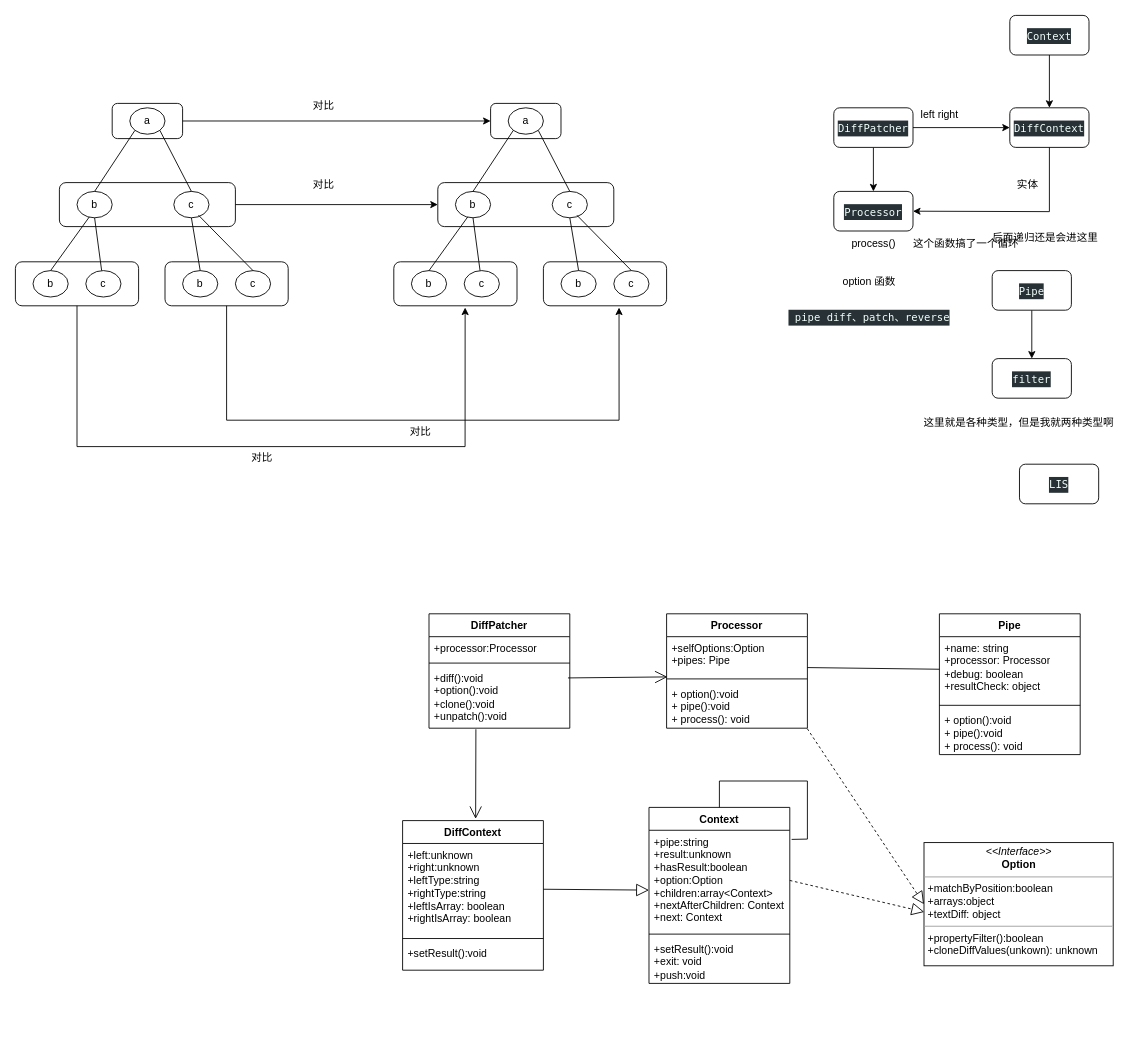
Before: 协同编辑.drawio in yuxinyu12345/diagrams, a draw.io diagram. Source tidied: cells renumbered, new cells numbered last; positions are measured from the earlier drawing's top-left corner, leaving out a move shared by most shapes. Both pictures are drawn from the tidied source at 88%, with x=0, y=0 at pixel (15, 15).
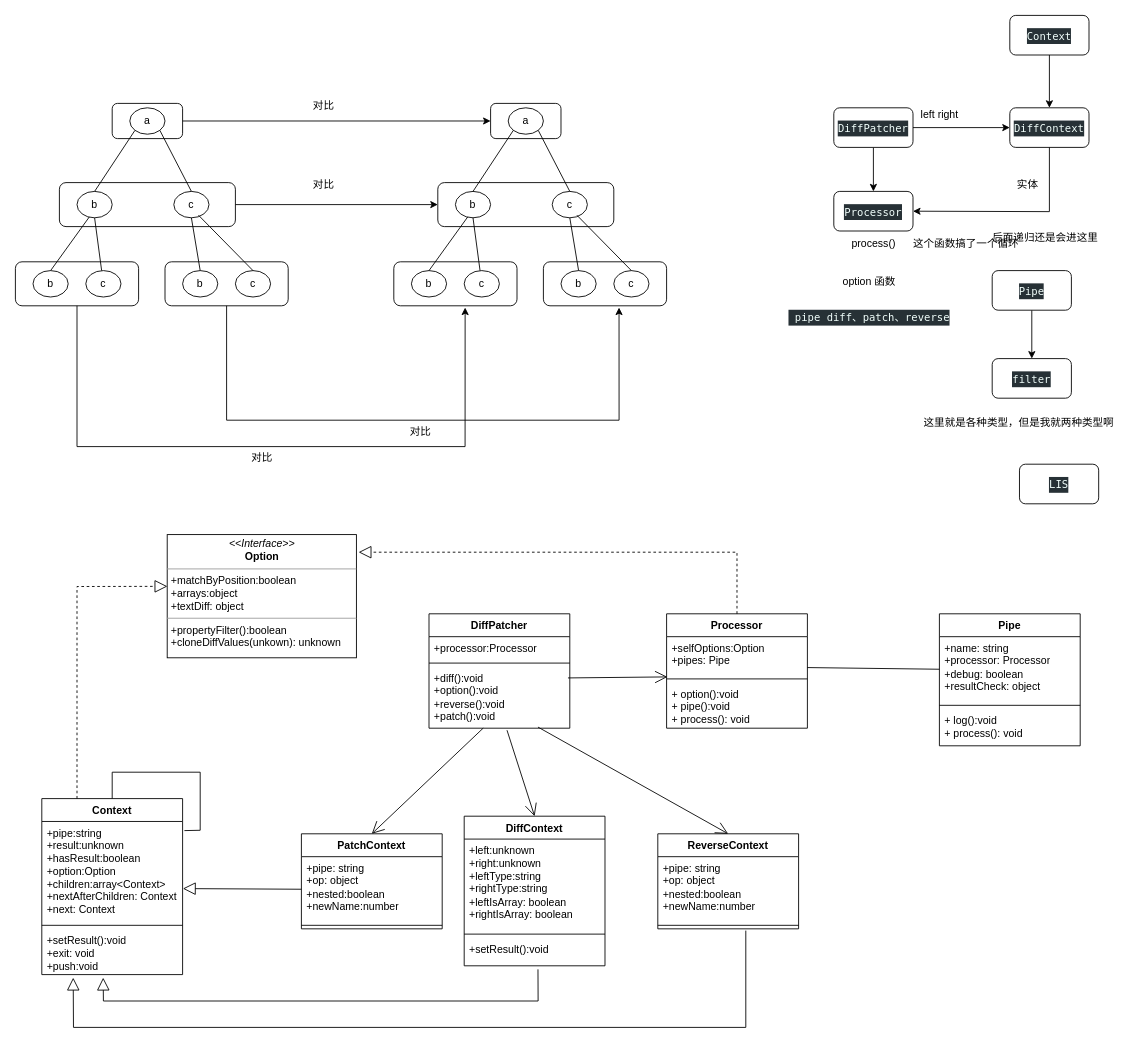
Above is the later version.

Commit message:
更新协同编辑.drawio

The change refers to these unchanged cells:
```xml
<mxCell id="64" value="DiffPatcher" style="swimlane;fontStyle=1;align=center;verticalAlign=top;horizontal=1;startSize=26;whiteSpace=wrap;html=1;" parent="1" vertex="1">
  <mxGeometry x="470" y="680" width="160" height="130" as="geometry" />
</mxCell>
<mxCell id="68" value="Processor" style="swimlane;fontStyle=1;align=center;verticalAlign=top;horizontal=1;startSize=26;whiteSpace=wrap;html=1;" parent="1" vertex="1">
  <mxGeometry x="740" y="680" width="160" height="130" as="geometry" />
</mxCell>
<mxCell id="71" value="+ option():void&lt;br&gt;+ pipe&lt;span style=&quot;background-color: initial;&quot;&gt;():void&lt;/span&gt;&lt;br&gt;+ process&lt;span style=&quot;background-color: initial;&quot;&gt;(): void&lt;/span&gt;" style="text;strokeColor=none;fillColor=none;align=left;verticalAlign=top;spacingLeft=4;spacingRight=4;overflow=hidden;points=[[0,0.5],[1,0.5]];portConstraint=eastwest;whiteSpace=wrap;html=1;" parent="68" vertex="1">
  <mxGeometry y="78" width="160" height="52" as="geometry" />
</mxCell>
<mxCell id="73" value="+left:unknown&lt;br&gt;+right&lt;span style=&quot;background-color: initial;&quot;&gt;:unknown&lt;/span&gt;&lt;br&gt;+leftType&lt;span style=&quot;background-color: initial;&quot;&gt;:string&lt;/span&gt;&lt;br&gt;+rightType:string&lt;br&gt;+leftIsArray: boolean&lt;br&gt;&lt;span style=&quot;border-color: var(--border-color); background-color: initial;&quot;&gt;+rightIsArray: boolean&lt;/span&gt;&lt;span style=&quot;background-color: initial;&quot;&gt;&lt;br&gt;&lt;/span&gt;" style="text;strokeColor=none;fillColor=none;align=left;verticalAlign=top;spacingLeft=4;spacingRight=4;overflow=hidden;points=[[0,0.5],[1,0.5]];portConstraint=eastwest;whiteSpace=wrap;html=1;" parent="72" vertex="1">
  <mxGeometry y="26" width="160" height="104" as="geometry" />
</mxCell>
<mxCell id="75" value="+setResult&lt;span style=&quot;background-color: initial;&quot;&gt;():void&lt;/span&gt;&lt;br&gt;" style="text;strokeColor=none;fillColor=none;align=left;verticalAlign=top;spacingLeft=4;spacingRight=4;overflow=hidden;points=[[0,0.5],[1,0.5]];portConstraint=eastwest;whiteSpace=wrap;html=1;" parent="72" vertex="1">
  <mxGeometry y="138" width="160" height="32" as="geometry" />
</mxCell>
<mxCell id="77" value="+pipe&lt;span style=&quot;background-color: initial;&quot;&gt;:string&lt;/span&gt;&lt;br&gt;+result&lt;span style=&quot;background-color: initial;&quot;&gt;:unknown&lt;/span&gt;&lt;br&gt;+hasResult:boolean&lt;br&gt;+option:Option&lt;br&gt;+children&lt;span style=&quot;background-color: initial;&quot;&gt;:array&amp;lt;Context&amp;gt;&lt;/span&gt;&lt;br&gt;&lt;span style=&quot;border-color: var(--border-color); background-color: initial;&quot;&gt;+nextAfterChildren: Context&lt;br&gt;&lt;/span&gt;&lt;span style=&quot;background-color: initial;&quot;&gt;+next: Context&lt;br&gt;&lt;/span&gt;" style="text;strokeColor=none;fillColor=none;align=left;verticalAlign=top;spacingLeft=4;spacingRight=4;overflow=hidden;points=[[0,0.5],[1,0.5]];portConstraint=eastwest;whiteSpace=wrap;html=1;" parent="76" vertex="1">
  <mxGeometry y="26" width="160" height="114" as="geometry" />
</mxCell>
<mxCell id="79" value="+setResult&lt;span style=&quot;background-color: initial;&quot;&gt;():void&lt;br&gt;&lt;/span&gt;+exit: void&lt;br&gt;+push:void" style="text;strokeColor=none;fillColor=none;align=left;verticalAlign=top;spacingLeft=4;spacingRight=4;overflow=hidden;points=[[0,0.5],[1,0.5]];portConstraint=eastwest;whiteSpace=wrap;html=1;" parent="76" vertex="1">
  <mxGeometry y="148" width="160" height="52" as="geometry" />
</mxCell>
```

Diff of the diagram source:
```diff
@@
-    <mxCell id="67" value="+diff():void&lt;br&gt;+option():void&lt;br&gt;+clone():void&lt;br&gt;+unpatch():void" style="text;strokeColor=none;fillColor=none;align=left;verticalAlign=top;spacingLeft=4;spacingRight=4;overflow=hidden;points=[[0,0.5],[1,0.5]];portConstraint=eastwest;whiteSpace=wrap;html=1;" parent="64" vertex="1">
+    <mxCell id="67" value="+diff():void&lt;br&gt;+option():void&lt;br&gt;+reverse&lt;span style=&quot;background-color: initial;&quot;&gt;():void&lt;/span&gt;&lt;br&gt;+patch&lt;span style=&quot;background-color: initial;&quot;&gt;():void&lt;/span&gt;" style="text;strokeColor=none;fillColor=none;align=left;verticalAlign=top;spacingLeft=4;spacingRight=4;overflow=hidden;points=[[0,0.5],[1,0.5]];portConstraint=eastwest;whiteSpace=wrap;html=1;" parent="64" vertex="1">
       <mxGeometry y="60" width="160" height="70" as="geometry" />
     </mxCell>
@@
     <mxCell id="72" value="DiffContext" style="swimlane;fontStyle=1;align=center;verticalAlign=top;horizontal=1;startSize=26;whiteSpace=wrap;html=1;" parent="1" vertex="1">
-      <mxGeometry x="440" y="915" width="160" height="170" as="geometry" />
+      <mxGeometry x="510" y="910" width="160" height="170" as="geometry" />
     </mxCell>
@@
     <mxCell id="76" value="Context" style="swimlane;fontStyle=1;align=center;verticalAlign=top;horizontal=1;startSize=26;whiteSpace=wrap;html=1;" parent="1" vertex="1">
-      <mxGeometry x="720" y="900" width="160" height="200" as="geometry" />
+      <mxGeometry x="30" y="890" width="160" height="200" as="geometry" />
     </mxCell>
@@
     <mxCell id="81" value="Pipe" style="swimlane;fontStyle=1;align=center;verticalAlign=top;horizontal=1;startSize=26;whiteSpace=wrap;html=1;" parent="1" vertex="1">
-      <mxGeometry x="1050" y="680" width="160" height="160" as="geometry" />
+      <mxGeometry x="1050" y="680" width="160" height="150" as="geometry" />
     </mxCell>
@@
-    <mxCell id="84" value="+ option():void&lt;br&gt;+ pipe&lt;span style=&quot;background-color: initial;&quot;&gt;():void&lt;/span&gt;&lt;br&gt;+ process&lt;span style=&quot;background-color: initial;&quot;&gt;(): void&lt;/span&gt;" style="text;strokeColor=none;fillColor=none;align=left;verticalAlign=top;spacingLeft=4;spacingRight=4;overflow=hidden;whiteSpace=wrap;html=1;" parent="81" vertex="1">
-      <mxGeometry y="108" width="160" height="52" as="geometry" />
+    <mxCell id="84" value="+&amp;nbsp;log&lt;span style=&quot;background-color: initial;&quot;&gt;():void&lt;/span&gt;&lt;br&gt;+ process&lt;span style=&quot;background-color: initial;&quot;&gt;(): void&lt;/span&gt;" style="text;strokeColor=none;fillColor=none;align=left;verticalAlign=top;spacingLeft=4;spacingRight=4;overflow=hidden;whiteSpace=wrap;html=1;" parent="81" vertex="1">
+      <mxGeometry y="108" width="160" height="42" as="geometry" />
     </mxCell>
     <mxCell id="85" value="&lt;p style=&quot;margin:0px;margin-top:4px;text-align:center;&quot;&gt;&lt;i&gt;&amp;lt;&amp;lt;Interface&amp;gt;&amp;gt;&lt;/i&gt;&lt;br&gt;&lt;b&gt;Option&lt;/b&gt;&lt;/p&gt;&lt;hr size=&quot;1&quot;&gt;&lt;p style=&quot;margin:0px;margin-left:4px;&quot;&gt;+matchByPosition&lt;span style=&quot;background-color: initial;&quot;&gt;:boolean&lt;/span&gt;&lt;/p&gt;&lt;p style=&quot;margin:0px;margin-left:4px;&quot;&gt;+arrays&lt;span style=&quot;background-color: initial;&quot;&gt;:object&lt;/span&gt;&lt;/p&gt;&lt;p style=&quot;margin:0px;margin-left:4px;&quot;&gt;&lt;span style=&quot;background-color: initial;&quot;&gt;+&lt;/span&gt;textDiff: object&lt;/p&gt;&lt;hr size=&quot;1&quot;&gt;&lt;p style=&quot;margin:0px;margin-left:4px;&quot;&gt;+propertyFilter&lt;span style=&quot;background-color: initial;&quot;&gt;():boolean&lt;/span&gt;&lt;/p&gt;&lt;p style=&quot;margin:0px;margin-left:4px;&quot;&gt;+cloneDiffValues&lt;span style=&quot;background-color: initial;&quot;&gt;(unkown):&amp;nbsp;&lt;/span&gt;unknown&lt;/p&gt;" style="verticalAlign=top;align=left;overflow=fill;fontSize=12;fontFamily=Helvetica;html=1;whiteSpace=wrap;" parent="1" vertex="1">
-      <mxGeometry x="1032.5" y="940" width="215" height="140" as="geometry" />
+      <mxGeometry x="172.5" y="590" width="215" height="140" as="geometry" />
     </mxCell>
-    <mxCell id="86" style="endArrow=block;dashed=1;endFill=0;endSize=12;html=1;rounded=0;exitX=0.999;exitY=1.01;exitDx=0;exitDy=0;entryX=0;entryY=0.5;entryDx=0;entryDy=0;exitPerimeter=0;" parent="1" edge="1" source="71" target="85">
-      <mxGeometry relative="1" as="geometry" />
-    </mxCell>
-    <mxCell id="87" style="endArrow=block;dashed=1;endFill=0;endSize=12;html=1;rounded=0;exitX=1;exitY=0.5;exitDx=0;exitDy=0;entryX=0.001;entryY=0.563;entryDx=0;entryDy=0;entryPerimeter=0;" parent="1" edge="1" source="77" target="85">
-      <mxGeometry relative="1" as="geometry" />
-    </mxCell>
@@
-    <mxCell id="89" style="endArrow=block;endFill=0;endSize=12;html=1;rounded=0;exitX=1;exitY=0.5;exitDx=0;exitDy=0;" parent="1" edge="1" source="73">
-      <mxGeometry relative="1" as="geometry">
-        <mxPoint x="720" y="994" as="targetPoint" />
-      </mxGeometry>
-    </mxCell>
-    <mxCell id="90" style="endArrow=open;endFill=1;endSize=12;html=1;rounded=0;exitX=0.333;exitY=0.974;exitDx=0;exitDy=0;exitPerimeter=0;" parent="1" edge="1">
-      <mxGeometry relative="1" as="geometry">
-        <mxPoint x="523.3" y="811.2" as="sourcePoint" />
-        <mxPoint x="523" y="913" as="targetPoint" />
-      </mxGeometry>
-    </mxCell>
@@
+    <mxCell id="92" value="PatchContext" style="swimlane;fontStyle=1;align=center;verticalAlign=top;horizontal=1;startSize=26;whiteSpace=wrap;html=1;" parent="1" vertex="1">
+      <mxGeometry x="325" y="930" width="160" height="108" as="geometry" />
+    </mxCell>
+    <mxCell id="93" value="+pipe&lt;span style=&quot;background-color: initial;&quot;&gt;: string&lt;/span&gt;&lt;br&gt;+op&lt;span style=&quot;background-color: initial;&quot;&gt;: object&lt;/span&gt;&lt;br&gt;+nested&lt;span style=&quot;background-color: initial;&quot;&gt;:boolean&lt;/span&gt;&lt;br&gt;+newName&lt;span style=&quot;background-color: initial;&quot;&gt;:number&lt;/span&gt;&lt;span style=&quot;background-color: initial;&quot;&gt;&lt;br&gt;&lt;/span&gt;" style="text;strokeColor=none;fillColor=none;align=left;verticalAlign=top;spacingLeft=4;spacingRight=4;overflow=hidden;points=[[0,0.5],[1,0.5]];portConstraint=eastwest;whiteSpace=wrap;html=1;" parent="92" vertex="1">
+      <mxGeometry y="26" width="160" height="74" as="geometry" />
+    </mxCell>
+    <mxCell id="94" style="line;strokeWidth=1;fillColor=none;align=left;verticalAlign=middle;spacingTop=-1;spacingLeft=3;spacingRight=3;labelPosition=right;strokeColor=inherit;" parent="92" vertex="1">
+      <mxGeometry y="100" width="160" height="8" as="geometry" />
+    </mxCell>
+    <mxCell id="95" value="ReverseContext" style="swimlane;fontStyle=1;align=center;verticalAlign=top;horizontal=1;startSize=26;whiteSpace=wrap;html=1;" parent="1" vertex="1">
+      <mxGeometry x="730" y="930" width="160" height="108" as="geometry" />
+    </mxCell>
+    <mxCell id="96" value="+pipe&lt;span style=&quot;background-color: initial;&quot;&gt;: string&lt;/span&gt;&lt;br&gt;+op&lt;span style=&quot;background-color: initial;&quot;&gt;: object&lt;/span&gt;&lt;br&gt;+nested&lt;span style=&quot;background-color: initial;&quot;&gt;:boolean&lt;/span&gt;&lt;br&gt;+newName&lt;span style=&quot;background-color: initial;&quot;&gt;:number&lt;/span&gt;&lt;span style=&quot;background-color: initial;&quot;&gt;&lt;br&gt;&lt;/span&gt;" style="text;strokeColor=none;fillColor=none;align=left;verticalAlign=top;spacingLeft=4;spacingRight=4;overflow=hidden;whiteSpace=wrap;html=1;" parent="95" vertex="1">
+      <mxGeometry y="26" width="160" height="74" as="geometry" />
+    </mxCell>
+    <mxCell id="97" style="line;strokeWidth=1;fillColor=none;align=left;verticalAlign=middle;spacingTop=-1;spacingLeft=3;spacingRight=3;labelPosition=right;strokeColor=inherit;" parent="95" vertex="1">
+      <mxGeometry y="100" width="160" height="8" as="geometry" />
+    </mxCell>
+    <mxCell id="98" style="endArrow=open;endFill=1;endSize=12;html=1;rounded=0;exitX=0.385;exitY=0.999;exitDx=0;exitDy=0;exitPerimeter=0;entryX=0.5;entryY=0;entryDx=0;entryDy=0;" parent="1" edge="1" source="67" target="92">
+      <mxGeometry relative="1" as="geometry" />
+    </mxCell>
+    <mxCell id="99" style="endArrow=open;endFill=1;endSize=12;html=1;rounded=0;exitX=0.554;exitY=1.033;exitDx=0;exitDy=0;exitPerimeter=0;entryX=0.5;entryY=0;entryDx=0;entryDy=0;" parent="1" edge="1" source="67" target="72">
+      <mxGeometry relative="1" as="geometry" />
+    </mxCell>
+    <mxCell id="100" style="endArrow=open;endFill=1;endSize=12;html=1;rounded=0;exitX=0.774;exitY=0.982;exitDx=0;exitDy=0;exitPerimeter=0;entryX=0.5;entryY=0;entryDx=0;entryDy=0;" parent="1" edge="1" source="67" target="95">
+      <mxGeometry relative="1" as="geometry" />
+    </mxCell>
+    <mxCell id="101" style="endArrow=block;endFill=0;endSize=12;html=1;rounded=0;exitX=0;exitY=0.5;exitDx=0;exitDy=0;entryX=1.002;entryY=0.669;entryDx=0;entryDy=0;entryPerimeter=0;" parent="1" edge="1" source="93" target="77">
+      <mxGeometry relative="1" as="geometry" />
+    </mxCell>
+    <mxCell id="102" style="endArrow=block;endFill=0;endSize=12;html=1;rounded=0;exitX=0.524;exitY=1.127;exitDx=0;exitDy=0;exitPerimeter=0;entryX=0.436;entryY=1.067;entryDx=0;entryDy=0;entryPerimeter=0;" parent="1" edge="1" source="75" target="79">
+      <mxGeometry relative="1" as="geometry">
+        <Array as="points">
+          <mxPoint x="594" y="1120" />
+          <mxPoint x="100" y="1120" />
+        </Array>
+      </mxGeometry>
+    </mxCell>
+    <mxCell id="103" style="endArrow=block;endFill=0;endSize=12;html=1;rounded=0;entryX=0.223;entryY=1.067;entryDx=0;entryDy=0;entryPerimeter=0;" parent="1" edge="1" target="79">
+      <mxGeometry relative="1" as="geometry">
+        <mxPoint x="830" y="1040" as="sourcePoint" />
+        <Array as="points">
+          <mxPoint x="830" y="1150" />
+          <mxPoint x="66" y="1150" />
+        </Array>
+      </mxGeometry>
+    </mxCell>
+    <mxCell id="104" style="endArrow=block;dashed=1;endFill=0;endSize=12;html=1;rounded=0;exitX=0.5;exitY=0;exitDx=0;exitDy=0;" parent="1" edge="1" source="68">
+      <mxGeometry relative="1" as="geometry">
+        <mxPoint x="390" y="610" as="targetPoint" />
+        <Array as="points">
+          <mxPoint x="820" y="610" />
+        </Array>
+      </mxGeometry>
+    </mxCell>
+    <mxCell id="105" style="endArrow=block;dashed=1;endFill=0;endSize=12;html=1;rounded=0;exitX=0.25;exitY=0;exitDx=0;exitDy=0;entryX=0.001;entryY=0.42;entryDx=0;entryDy=0;entryPerimeter=0;" parent="1" edge="1" source="76" target="85">
+      <mxGeometry relative="1" as="geometry">
+        <Array as="points">
+          <mxPoint x="70" y="649" />
+        </Array>
+      </mxGeometry>
+    </mxCell>
```
